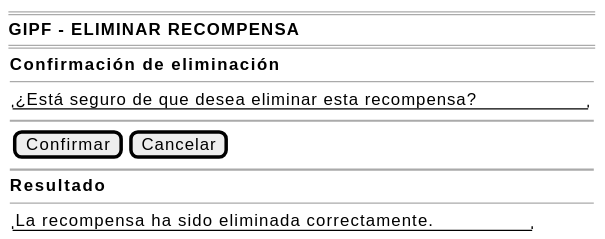
Above: images/RUP/00-casos-uso/02-detalle/coordinador/eliminarRecompensa/eliminarRecompensa-wireframe.svg in beatriizorozco/25-26-idsw2-sdVC (PlantUML), before the change. The source it was exported from:
```plantuml
@startsalt eliminarRecompensa-wireframe
{
    ====
    <b>GIPF - ELIMINAR RECOMPENSA</b>
    ====
    {
        <b>Confirmación de eliminación</b>
        --
        {
            "¿Está seguro de que desea eliminar esta recompensa?"
        }

        ~~

        {[Confirmar] | [Cancelar]}

        ~~

        <b>Resultado</b>
        --
        {
            "La recompensa ha sido eliminada correctamente."
        }
    }
}
@endsalt
```
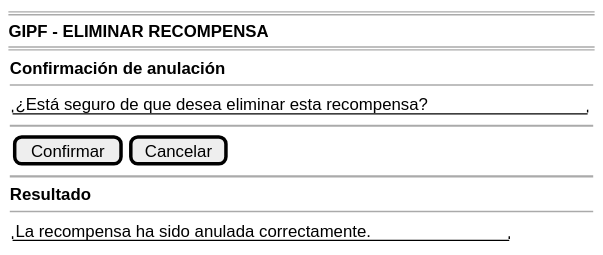
Later version of the same file.

Diff of the diagram source:
```diff
@@ -4,7 +4,7 @@
     <b>GIPF - ELIMINAR RECOMPENSA</b>
     ====
     {
-        <b>Confirmación de eliminación</b>
+        <b>Confirmación de anulación</b>
         --
         {
             "¿Está seguro de que desea eliminar esta recompensa?"
@@ -19,7 +19,7 @@
         <b>Resultado</b>
         --
         {
-            "La recompensa ha sido eliminada correctamente."
+            "La recompensa ha sido anulada correctamente."
         }
     }
 }
```
